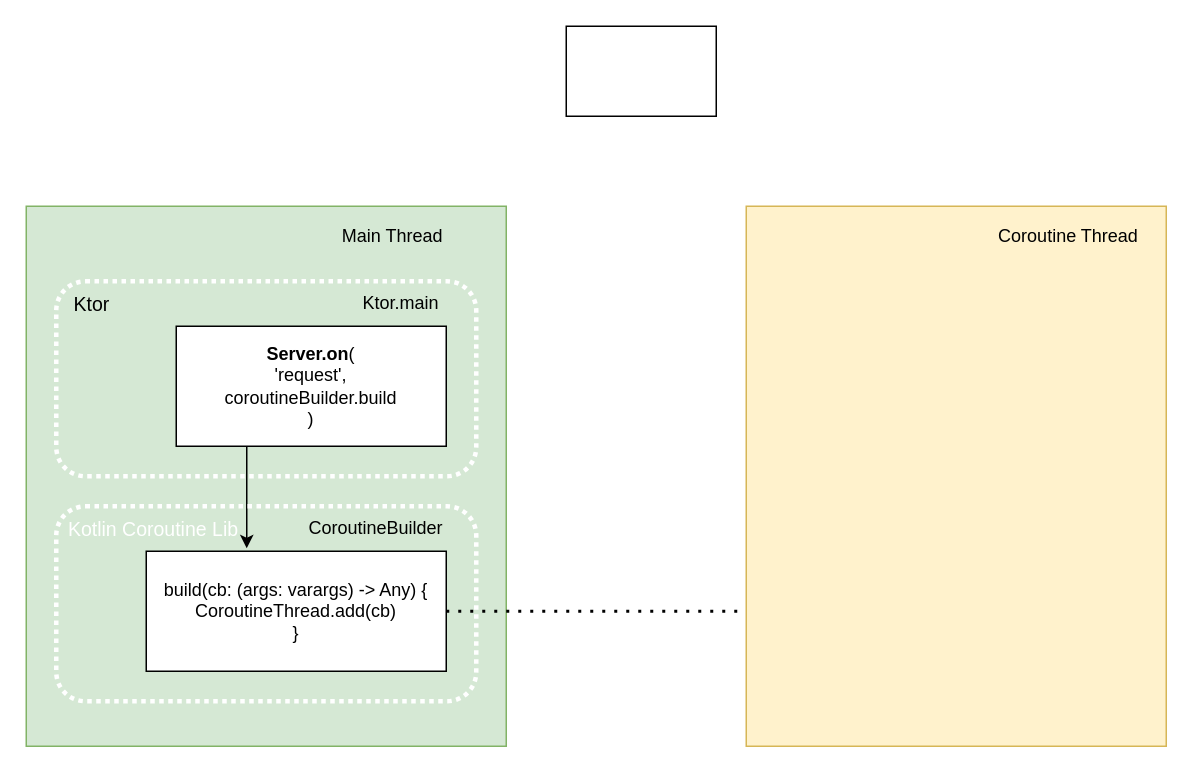
The draw.io diagram Ktor.drawio in DnEgorWeb/KotlinFrameworks, before the edit. Source tidied: cells renumbered, new cells numbered last; positions are measured from the earlier drawing's top-left corner, leaving out a move shared by most shapes. Both pictures are drawn from the tidied source at 150%, with x=0, y=0 at pixel (26, 26).
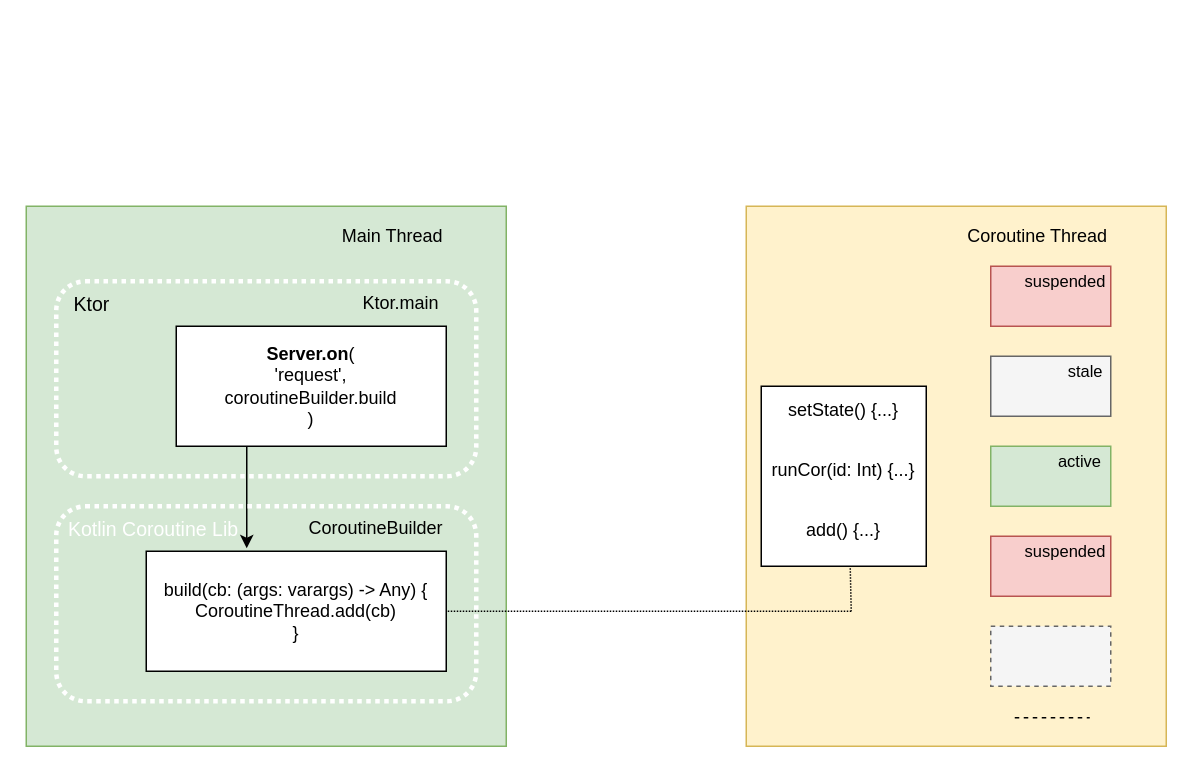
Above is the later version.

Unchanged cells that the change refers to:
```xml
<mxCell id="3" style="rounded=0;whiteSpace=wrap;html=1;strokeColor=#d6b656;fillColor=#fff2cc;fontColor=default;" parent="1" vertex="1">
  <mxGeometry x="480" y="120" width="280" height="360" as="geometry" />
</mxCell>
<mxCell id="6" style="rounded=0;whiteSpace=wrap;html=1;fontColor=default;strokeColor=default;fillColor=default;" parent="1" vertex="1">
  <mxGeometry x="80" y="350" width="200" height="80" as="geometry" />
</mxCell>
<mxCell id="16" style="rounded=1;whiteSpace=wrap;html=1;align=right;fillColor=none;strokeColor=#FFFFFF;fontColor=default;dashed=1;dashPattern=1 1;strokeWidth=3;" parent="1" vertex="1">
  <mxGeometry x="20" y="320" width="280" height="130" as="geometry" />
</mxCell>
```

What changed in the source:
```diff
@@
-    <mxCell id="5" value="Coroutine Thread" style="text;html=1;strokeColor=none;fillColor=none;align=center;verticalAlign=middle;whiteSpace=wrap;rounded=0;fontColor=default;" parent="1" vertex="1">
-      <mxGeometry x="630" y="120" width="130" height="40" as="geometry" />
+    <mxCell id="5" value="Coroutine Thread" style="text;html=1;strokeColor=none;fillColor=none;align=right;verticalAlign=middle;whiteSpace=wrap;rounded=0;fontColor=default;" parent="1" vertex="1">
+      <mxGeometry x="613" y="120" width="110" height="40" as="geometry" />
     </mxCell>
@@
-    <mxCell id="10" style="endArrow=none;dashed=1;html=1;dashPattern=1 3;strokeWidth=2;rounded=0;labelBackgroundColor=default;fontColor=default;exitX=1;exitY=0.5;exitDx=0;exitDy=0;strokeColor=default;entryX=0;entryY=0.75;entryDx=0;entryDy=0;" parent="1" edge="1" source="6" target="3">
-      <mxGeometry relative="1" as="geometry" />
-    </mxCell>
-    <mxCell id="11" style="rounded=0;whiteSpace=wrap;html=1;fontColor=default;strokeColor=default;fillColor=default;align=right;" parent="1" vertex="1">
-      <mxGeometry x="360" width="100" height="60" as="geometry" />
+    <mxCell id="11" style="rounded=0;whiteSpace=wrap;html=1;strokeColor=#b85450;fillColor=#f8cecc;align=right;fontColor=default;" parent="1" vertex="1">
+      <mxGeometry x="643" y="160" width="80" height="40" as="geometry" />
     </mxCell>
@@
+    <mxCell id="18" style="rounded=0;whiteSpace=wrap;html=1;strokeColor=#666666;fillColor=#f5f5f5;align=right;fontColor=default;" parent="1" vertex="1">
+      <mxGeometry x="643" y="220" width="80" height="40" as="geometry" />
+    </mxCell>
+    <mxCell id="19" style="rounded=0;whiteSpace=wrap;html=1;strokeColor=#82b366;fillColor=#d5e8d4;align=right;fontColor=default;" parent="1" vertex="1">
+      <mxGeometry x="643" y="280" width="80" height="40" as="geometry" />
+    </mxCell>
+    <mxCell id="20" style="rounded=0;whiteSpace=wrap;html=1;strokeColor=#b85450;fillColor=#f8cecc;align=right;fontColor=default;" parent="1" vertex="1">
+      <mxGeometry x="643" y="340" width="80" height="40" as="geometry" />
+    </mxCell>
+    <mxCell id="21" style="rounded=0;whiteSpace=wrap;html=1;strokeColor=#666666;fillColor=#f5f5f5;align=right;fontColor=#333333;dashed=1;" parent="1" vertex="1">
+      <mxGeometry x="643" y="400" width="80" height="40" as="geometry" />
+    </mxCell>
+    <mxCell id="22" style="endArrow=none;dashed=1;html=1;rounded=0;labelBackgroundColor=default;fontSize=13;fontColor=default;strokeColor=default;" parent="1" edge="1">
+      <mxGeometry relative="1" as="geometry">
+        <mxPoint x="659" y="461" as="sourcePoint" />
+        <mxPoint x="709" y="461" as="targetPoint" />
+      </mxGeometry>
+    </mxCell>
+    <mxCell id="23" style="endArrow=none;dashed=1;html=1;rounded=0;labelBackgroundColor=default;fontSize=13;fontColor=default;strokeColor=default;dashPattern=1 1;strokeWidth=1;exitX=0.539;exitY=0.995;exitDx=0;exitDy=0;exitPerimeter=0;" parent="1" edge="1" source="25">
+      <mxGeometry relative="1" as="geometry">
+        <mxPoint x="550" y="390" as="targetPoint" />
+      </mxGeometry>
+    </mxCell>
+    <mxCell id="24" style="endArrow=none;dashed=1;html=1;rounded=0;labelBackgroundColor=default;fontSize=13;fontColor=default;strokeColor=default;dashPattern=1 1;strokeWidth=1;entryX=0.929;entryY=0.538;entryDx=0;entryDy=0;entryPerimeter=0;" parent="1" edge="1" target="16">
+      <mxGeometry relative="1" as="geometry">
+        <mxPoint x="550" y="390" as="sourcePoint" />
+      </mxGeometry>
+    </mxCell>
+    <mxCell id="25" style="rounded=0;whiteSpace=wrap;html=1;fontSize=13;fontColor=default;strokeColor=default;strokeWidth=1;fillColor=default;align=left;" parent="1" vertex="1">
+      <mxGeometry x="490" y="240" width="110" height="120" as="geometry" />
+    </mxCell>
+    <mxCell id="26" value="&lt;font style=&quot;font-size: 12px&quot;&gt;add() {...}&lt;/font&gt;" style="text;html=1;strokeColor=none;fillColor=none;align=center;verticalAlign=middle;whiteSpace=wrap;rounded=0;fontSize=13;fontColor=default;" parent="1" vertex="1">
+      <mxGeometry x="490" y="320" width="110" height="30" as="geometry" />
+    </mxCell>
+    <mxCell id="27" value="&lt;font style=&quot;font-size: 12px&quot;&gt;runCor(id: Int) {...}&lt;/font&gt;" style="text;html=1;strokeColor=none;fillColor=none;align=center;verticalAlign=middle;whiteSpace=wrap;rounded=0;fontSize=13;fontColor=default;" parent="1" vertex="1">
+      <mxGeometry x="490" y="280" width="110" height="30" as="geometry" />
+    </mxCell>
+    <mxCell id="28" value="&lt;font style=&quot;font-size: 12px&quot;&gt;setState() {...}&lt;/font&gt;" style="text;html=1;strokeColor=none;fillColor=none;align=center;verticalAlign=middle;whiteSpace=wrap;rounded=0;fontSize=13;fontColor=default;" parent="1" vertex="1">
+      <mxGeometry x="490" y="240" width="110" height="30" as="geometry" />
+    </mxCell>
+    <mxCell id="29" value="&lt;font style=&quot;font-size: 11px&quot;&gt;suspended&lt;/font&gt;" style="text;html=1;strokeColor=none;fillColor=none;align=center;verticalAlign=middle;whiteSpace=wrap;rounded=0;fontSize=12;fontColor=default;" parent="1" vertex="1">
+      <mxGeometry x="663" y="160" width="60" height="20" as="geometry" />
+    </mxCell>
+    <mxCell id="30" value="&lt;font style=&quot;font-size: 11px&quot;&gt;suspended&lt;/font&gt;" style="text;html=1;strokeColor=none;fillColor=none;align=center;verticalAlign=middle;whiteSpace=wrap;rounded=0;fontSize=12;fontColor=default;" parent="1" vertex="1">
+      <mxGeometry x="663" y="340" width="60" height="20" as="geometry" />
+    </mxCell>
+    <mxCell id="31" value="&lt;font style=&quot;font-size: 11px&quot;&gt;stale&lt;/font&gt;" style="text;html=1;strokeColor=none;fillColor=none;align=right;verticalAlign=middle;whiteSpace=wrap;rounded=0;fontSize=12;fontColor=default;" parent="1" vertex="1">
+      <mxGeometry x="660" y="220" width="60" height="20" as="geometry" />
+    </mxCell>
+    <mxCell id="32" value="&lt;font style=&quot;font-size: 11px&quot;&gt;active&lt;/font&gt;" style="text;html=1;strokeColor=none;fillColor=none;align=right;verticalAlign=middle;whiteSpace=wrap;rounded=0;fontSize=12;fontColor=default;" parent="1" vertex="1">
+      <mxGeometry x="659" y="280" width="60" height="20" as="geometry" />
+    </mxCell>
```
